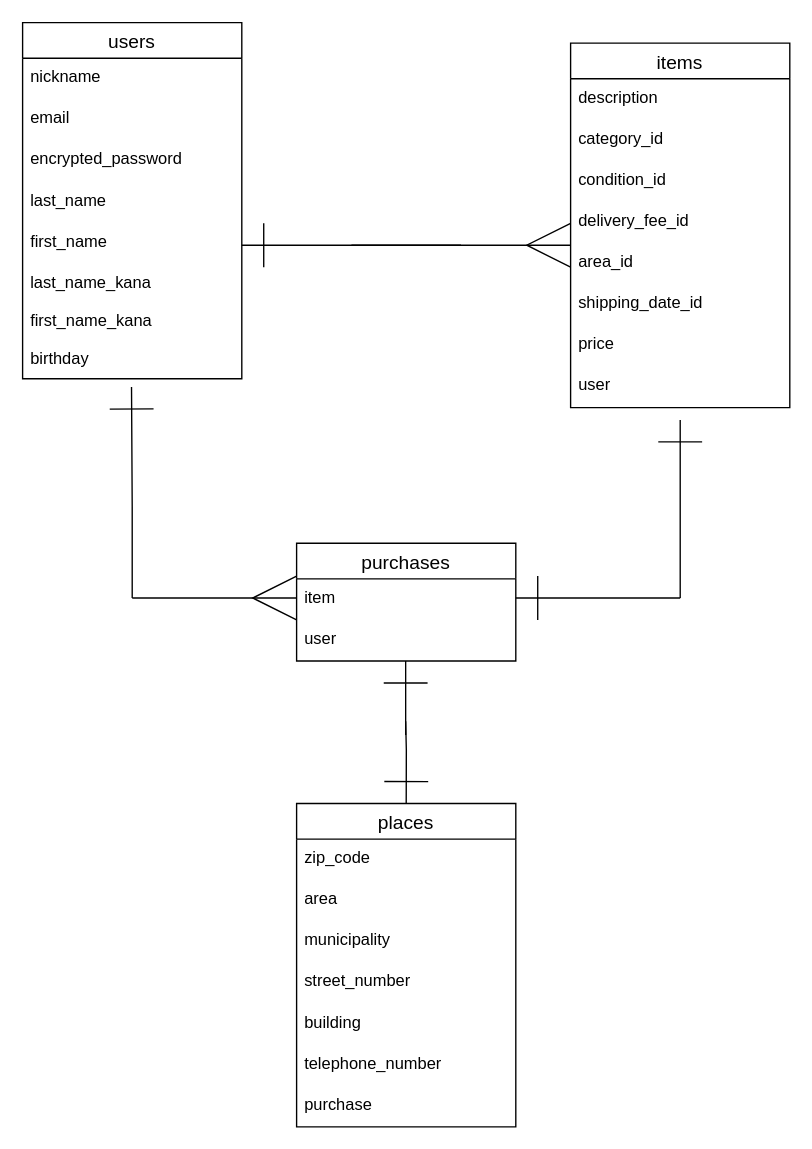
Aocky/furima-34297 keeps this draw.io diagram as ER.dio. Above is the earlier version. Source tidied: cells renumbered, new cells numbered last; positions are measured from the earlier drawing's top-left corner, leaving out a move shared by most shapes. Both pictures are drawn from the tidied source at 137%, with x=0, y=0 at pixel (22, 22).
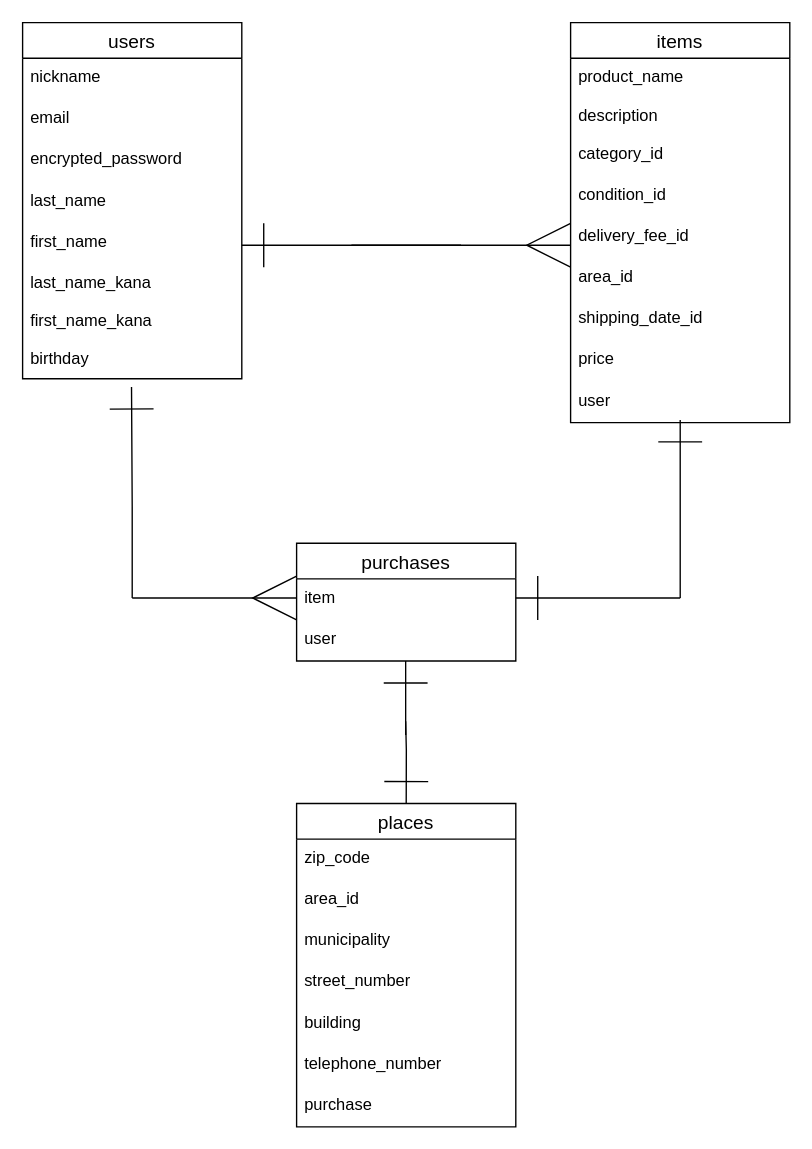
After the change.

Unchanged cells that the change refers to:
```xml
<mxCell id="21" value="places" style="swimlane;fontStyle=0;horizontal=1;startSize=26;align=center;fontSize=14;" parent="1" vertex="1">
  <mxGeometry x="200" y="570" width="160" height="236" as="geometry" />
</mxCell>
```

Diff of the diagram source:
```diff
@@
     <mxCell id="9" value="items" style="swimlane;fontStyle=0;horizontal=1;startSize=26;align=center;fontSize=14;" parent="1" vertex="1">
-      <mxGeometry x="400" y="15" width="160" height="266" as="geometry" />
+      <mxGeometry x="400" width="160" height="292" as="geometry" />
     </mxCell>
-    <mxCell id="10" value="description" style="text;strokeColor=none;fillColor=none;spacingLeft=4;spacingRight=4;overflow=hidden;fontSize=12;" parent="9" vertex="1">
-      <mxGeometry y="26" width="160" height="30" as="geometry" />
+    <mxCell id="10" value="product_name&#10;&#10;description" style="text;strokeColor=none;fillColor=none;spacingLeft=4;spacingRight=4;overflow=hidden;fontSize=12;" parent="9" vertex="1">
+      <mxGeometry y="26" width="160" height="56" as="geometry" />
     </mxCell>
     <mxCell id="11" value="category_id" style="text;strokeColor=none;fillColor=none;spacingLeft=4;spacingRight=4;overflow=hidden;fontSize=12;" parent="9" vertex="1">
-      <mxGeometry y="56" width="160" height="30" as="geometry" />
+      <mxGeometry y="82" width="160" height="30" as="geometry" />
     </mxCell>
     <mxCell id="12" value="condition_id" style="text;strokeColor=none;fillColor=none;spacingLeft=4;spacingRight=4;overflow=hidden;fontSize=12;" parent="9" vertex="1">
-      <mxGeometry y="86" width="160" height="30" as="geometry" />
+      <mxGeometry y="112" width="160" height="30" as="geometry" />
     </mxCell>
     <mxCell id="13" value="delivery_fee_id" style="text;strokeColor=none;fillColor=none;spacingLeft=4;spacingRight=4;overflow=hidden;fontSize=12;" parent="9" vertex="1">
-      <mxGeometry y="116" width="160" height="30" as="geometry" />
+      <mxGeometry y="142" width="160" height="30" as="geometry" />
     </mxCell>
     <mxCell id="14" value="area_id" style="text;strokeColor=none;fillColor=none;spacingLeft=4;spacingRight=4;overflow=hidden;fontSize=12;" parent="9" vertex="1">
-      <mxGeometry y="146" width="160" height="30" as="geometry" />
+      <mxGeometry y="172" width="160" height="30" as="geometry" />
     </mxCell>
     <mxCell id="15" value="shipping_date_id" style="text;strokeColor=none;fillColor=none;spacingLeft=4;spacingRight=4;overflow=hidden;fontSize=12;" parent="9" vertex="1">
-      <mxGeometry y="176" width="160" height="30" as="geometry" />
+      <mxGeometry y="202" width="160" height="30" as="geometry" />
     </mxCell>
     <mxCell id="16" value="price" style="text;strokeColor=none;fillColor=none;spacingLeft=4;spacingRight=4;overflow=hidden;fontSize=12;" parent="9" vertex="1">
-      <mxGeometry y="206" width="160" height="30" as="geometry" />
+      <mxGeometry y="232" width="160" height="30" as="geometry" />
     </mxCell>
     <mxCell id="17" value="user" style="text;strokeColor=none;fillColor=none;spacingLeft=4;spacingRight=4;overflow=hidden;fontSize=12;" parent="9" vertex="1">
-      <mxGeometry y="236" width="160" height="30" as="geometry" />
+      <mxGeometry y="262" width="160" height="30" as="geometry" />
     </mxCell>
@@
-    <mxCell id="23" value="area" style="text;strokeColor=none;fillColor=none;spacingLeft=4;spacingRight=4;overflow=hidden;fontSize=12;" parent="21" vertex="1">
+    <mxCell id="23" value="area_id" style="text;strokeColor=none;fillColor=none;spacingLeft=4;spacingRight=4;overflow=hidden;fontSize=12;" parent="21" vertex="1">
       <mxGeometry y="56" width="160" height="30" as="geometry" />
     </mxCell>
```
